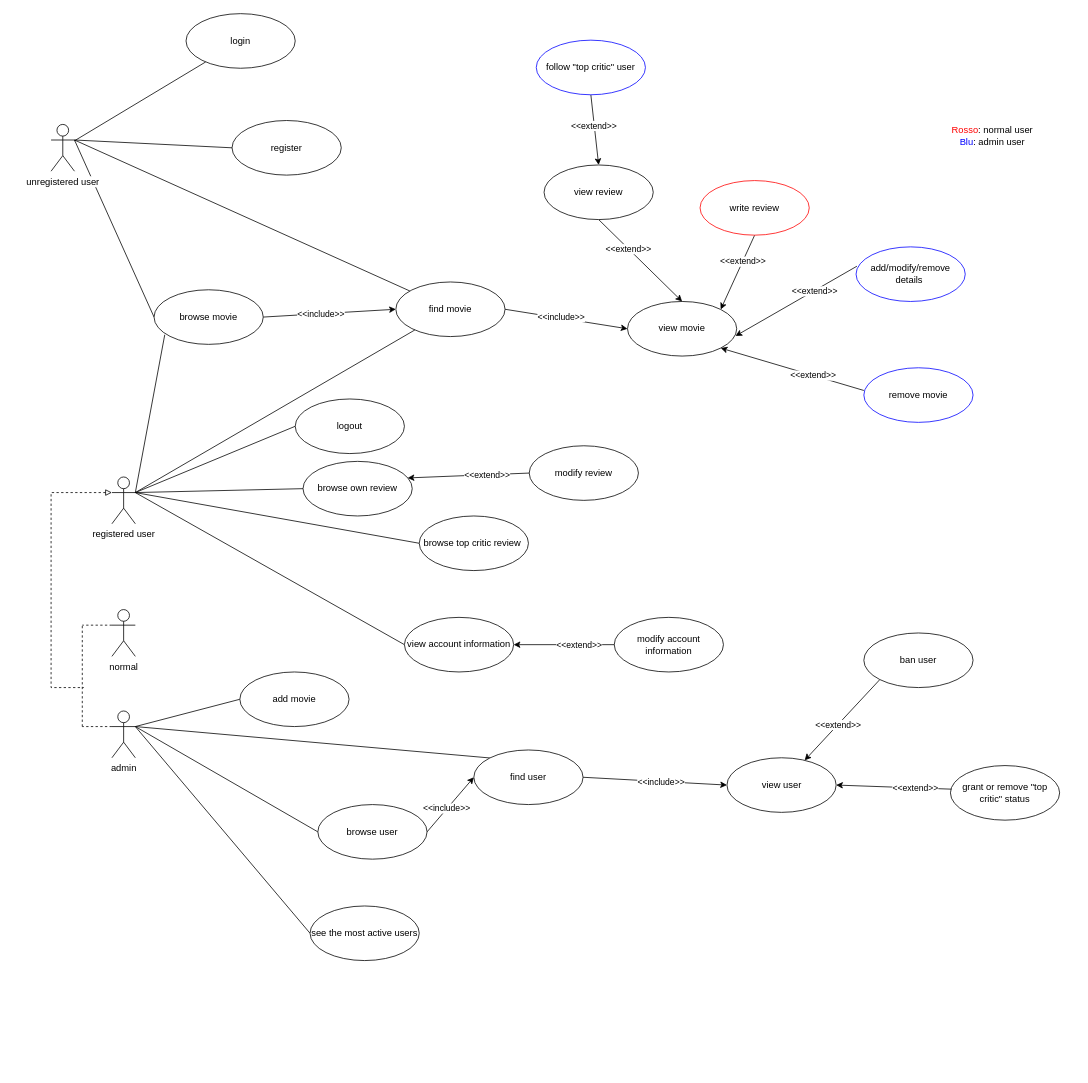
Before: UseCasesDiagram.drawio in glmquint/RottenMovies, a draw.io diagram. Source tidied: cells renumbered, new cells numbered last; positions are measured from the earlier drawing's top-left corner, leaving out a move shared by most shapes. Both pictures are drawn from the tidied source at 78%, with x=0, y=0 at pixel (51, 13).
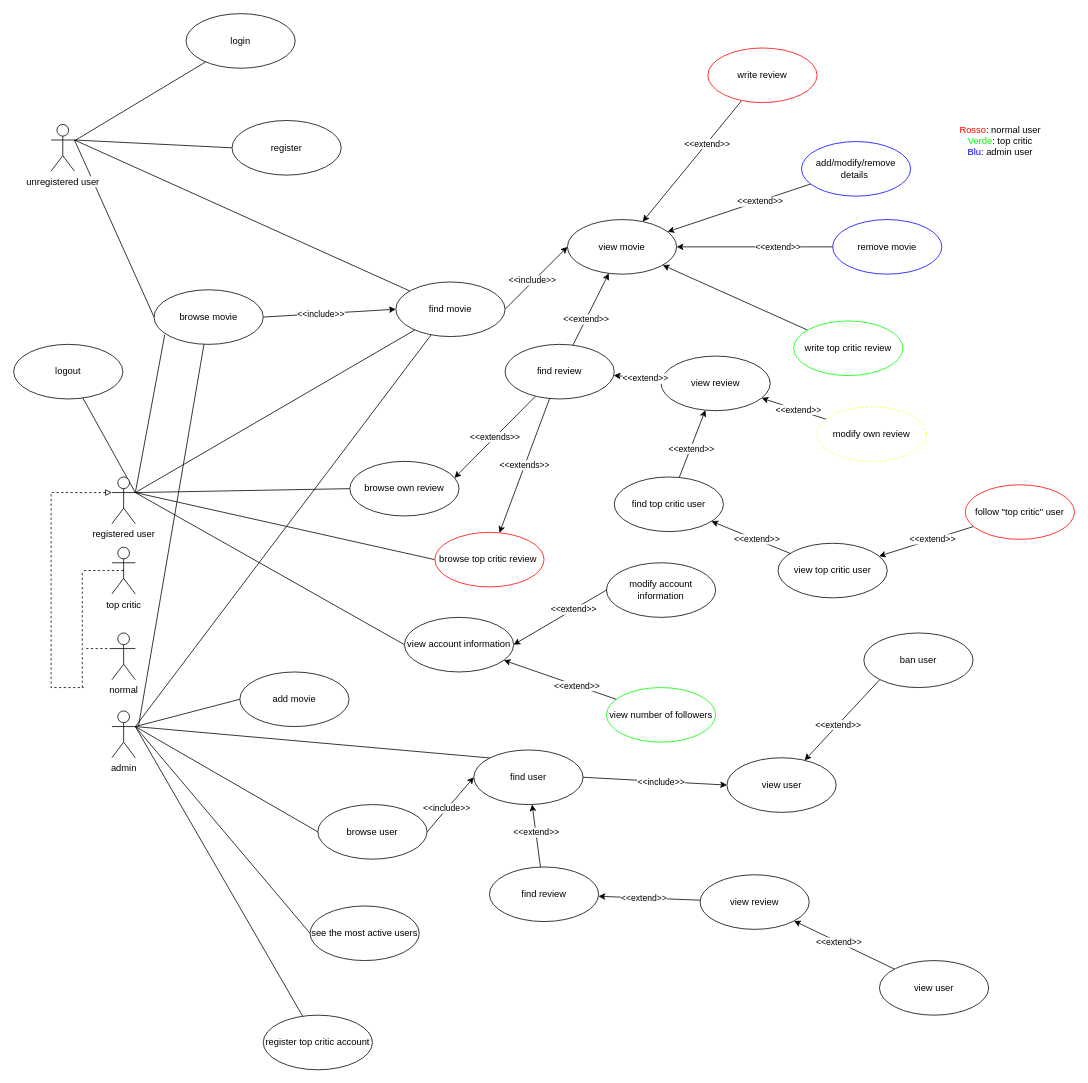
Above is the later version.

Commit message (it also covers changes not shown here):
modified use case diagram and requirement file

Unchanged cells that the change refers to:
```xml
<mxCell id="11" value="browse movie" style="ellipse;whiteSpace=wrap;html=1;fontStyle=0;" parent="1" vertex="1">
  <mxGeometry x="132" y="354" width="140" height="70" as="geometry" />
</mxCell>
<mxCell id="14" value="find movie" style="ellipse;whiteSpace=wrap;html=1;fontStyle=0;" parent="1" vertex="1">
  <mxGeometry x="442" y="344" width="140" height="70" as="geometry" />
</mxCell>
<mxCell id="27" value="registered user" style="shape=umlActor;verticalLabelPosition=bottom;labelBackgroundColor=#ffffff;verticalAlign=top;html=1;outlineConnect=0;" parent="1" vertex="1">
  <mxGeometry x="78" y="594" width="30" height="60" as="geometry" />
</mxCell>
<mxCell id="34" value="admin" style="shape=umlActor;verticalLabelPosition=bottom;labelBackgroundColor=#ffffff;verticalAlign=top;html=1;outlineConnect=0;" parent="1" vertex="1">
  <mxGeometry x="78" y="894" width="30" height="60" as="geometry" />
</mxCell>
<mxCell id="47" value="view account information" style="ellipse;whiteSpace=wrap;html=1;" parent="1" vertex="1">
  <mxGeometry x="453" y="774" width="140" height="70" as="geometry" />
</mxCell>
<mxCell id="58" value="find user" style="ellipse;whiteSpace=wrap;html=1;fontStyle=0;" parent="1" vertex="1">
  <mxGeometry x="542" y="944" width="140" height="70" as="geometry" />
</mxCell>
<mxCell id="59" value="view user" style="ellipse;whiteSpace=wrap;html=1;fontStyle=0;" parent="1" vertex="1">
  <mxGeometry x="866.5" y="954" width="140" height="70" as="geometry" />
</mxCell>
```

Diff of the diagram source:
```diff
@@
-    <mxCell id="15" style="edgeStyle=none;rounded=0;jettySize=auto;html=1;exitX=0.5;exitY=0;exitDx=0;exitDy=0;endArrow=none;endFill=0;entryX=0.5;entryY=1;entryDx=0;entryDy=0;startArrow=classic;startFill=1;" parent="1" edge="1" source="17" target="20">
+    <mxCell id="15" style="edgeStyle=none;rounded=0;jettySize=auto;html=1;endArrow=none;endFill=0;startArrow=classic;startFill=1;" parent="1" edge="1" source="17" target="88">
       <mxGeometry relative="1" as="geometry" />
     </mxCell>
@@
     <mxCell id="17" value="view movie" style="ellipse;whiteSpace=wrap;html=1;fontStyle=0;" parent="1" vertex="1">
-      <mxGeometry x="739" y="369" width="140" height="70" as="geometry" />
+      <mxGeometry x="662" y="264" width="140" height="70" as="geometry" />
     </mxCell>
-    <mxCell id="18" style="edgeStyle=none;rounded=0;jettySize=auto;html=1;exitX=0.5;exitY=0;exitDx=0;exitDy=0;entryX=0.5;entryY=1;entryDx=0;entryDy=0;startArrow=classic;startFill=1;endArrow=none;endFill=0;" parent="1" edge="1" source="20" target="51">
+    <mxCell id="18" style="edgeStyle=none;rounded=0;jettySize=auto;html=1;startArrow=classic;startFill=1;endArrow=none;endFill=0;" parent="1" edge="1" source="81" target="51">
       <mxGeometry relative="1" as="geometry" />
     </mxCell>
@@
     <mxCell id="20" value="view review" style="ellipse;whiteSpace=wrap;html=1;" parent="1" vertex="1">
-      <mxGeometry x="632" y="194" width="140" height="70" as="geometry" />
+      <mxGeometry x="782" y="439" width="140" height="70" as="geometry" />
     </mxCell>
@@
-    <mxCell id="22" style="edgeStyle=none;rounded=0;jettySize=auto;html=1;exitX=1;exitY=0.3333333333333333;exitDx=0;exitDy=0;exitPerimeter=0;entryX=0;entryY=0.5;entryDx=0;entryDy=0;startArrow=none;startFill=0;endArrow=none;endFill=0;" parent="1" edge="1" source="27" target="37">
+    <mxCell id="22" style="edgeStyle=none;rounded=0;jettySize=auto;html=1;exitX=1;exitY=0.3333333333333333;exitDx=0;exitDy=0;exitPerimeter=0;startArrow=none;startFill=0;endArrow=none;endFill=0;" parent="1" edge="1" source="27" target="37">
       <mxGeometry relative="1" as="geometry" />
     </mxCell>
@@
     <mxCell id="28" style="edgeStyle=none;rounded=0;jettySize=auto;html=1;exitX=0;exitY=0.3333333333333333;exitDx=0;exitDy=0;exitPerimeter=0;endArrow=none;endFill=0;dashed=1;" parent="1" edge="1" source="29">
       <mxGeometry relative="1" as="geometry">
-        <mxPoint x="40" y="784" as="targetPoint" />
+        <mxPoint x="42" y="814" as="targetPoint" />
       </mxGeometry>
     </mxCell>
     <mxCell id="29" value="normal" style="shape=umlActor;verticalLabelPosition=bottom;labelBackgroundColor=#ffffff;verticalAlign=top;html=1;outlineConnect=0;" parent="1" vertex="1">
-      <mxGeometry x="78" y="764" width="30" height="60" as="geometry" />
+      <mxGeometry x="78" y="794" width="30" height="60" as="geometry" />
     </mxCell>
-    <mxCell id="30" style="edgeStyle=none;rounded=0;jettySize=auto;html=1;exitX=0;exitY=0.3333333333333333;exitDx=0;exitDy=0;exitPerimeter=0;endArrow=none;endFill=0;dashed=1;" parent="1" edge="1" source="34">
-      <mxGeometry relative="1" as="geometry">
-        <mxPoint x="40" y="914" as="targetPoint" />
-      </mxGeometry>
-    </mxCell>
@@
     <mxCell id="35" style="endArrow=none;html=1;rounded=0;dashed=1;" parent="1" edge="1">
       <mxGeometry relative="1" as="geometry">
-        <mxPoint x="40" y="914" as="sourcePoint" />
-        <mxPoint x="40" y="784" as="targetPoint" />
+        <mxPoint x="40" y="864" as="sourcePoint" />
+        <mxPoint x="40" y="714" as="targetPoint" />
       </mxGeometry>
     </mxCell>
@@
     <mxCell id="37" value="logout" style="ellipse;whiteSpace=wrap;html=1;" parent="1" vertex="1">
-      <mxGeometry x="313" y="494" width="140" height="70" as="geometry" />
+      <mxGeometry x="-48" y="424" width="140" height="70" as="geometry" />
     </mxCell>
-    <mxCell id="38" style="edgeStyle=none;rounded=0;jettySize=auto;html=1;exitX=1;exitY=0;exitDx=0;exitDy=0;endArrow=none;endFill=0;entryX=0.5;entryY=1;entryDx=0;entryDy=0;startArrow=classic;startFill=1;" parent="1" edge="1" source="17" target="40">
+    <mxCell id="38" style="edgeStyle=none;rounded=0;jettySize=auto;html=1;endArrow=none;endFill=0;startArrow=classic;startFill=1;" parent="1" edge="1" source="17" target="40">
       <mxGeometry relative="1" as="geometry" />
     </mxCell>
@@
     <mxCell id="40" value="write review" style="ellipse;whiteSpace=wrap;html=1;strokeColor=#FF0000;" parent="1" vertex="1">
-      <mxGeometry x="832" y="214" width="140" height="70" as="geometry" />
+      <mxGeometry x="842" y="44" width="140" height="70" as="geometry" />
     </mxCell>
     <mxCell id="41" value="browse own review" style="ellipse;whiteSpace=wrap;html=1;" parent="1" vertex="1">
-      <mxGeometry x="323" y="574" width="140" height="70" as="geometry" />
+      <mxGeometry x="383" y="574" width="140" height="70" as="geometry" />
     </mxCell>
@@
-    <mxCell id="43" style="edgeStyle=none;rounded=0;jettySize=auto;html=1;endArrow=none;endFill=0;entryX=0;entryY=0.5;entryDx=0;entryDy=0;startArrow=classic;startFill=1;exitX=0.958;exitY=0.303;exitDx=0;exitDy=0;exitPerimeter=0;" parent="1" edge="1" source="41" target="45">
+    <mxCell id="43" value="&amp;lt;&amp;lt;extends&amp;gt;&amp;gt;" style="edgeStyle=none;rounded=0;jettySize=auto;html=1;endArrow=none;endFill=0;startArrow=classic;startFill=1;exitX=0.958;exitY=0.303;exitDx=0;exitDy=0;exitPerimeter=0;" parent="1" edge="1" source="41" target="88">
       <mxGeometry relative="1" as="geometry" />
     </mxCell>
-    <mxCell id="44" value="&amp;lt;&amp;lt;extend&amp;gt;&amp;gt;" style="edgeLabel;html=1;align=center;verticalAlign=middle;" parent="43" vertex="1">
-      <mxGeometry x="0.29" relative="1" as="geometry" />
-    </mxCell>
-    <mxCell id="45" value="modify review" style="ellipse;whiteSpace=wrap;html=1;strokeColor=#000000;" parent="1" vertex="1">
-      <mxGeometry x="613" y="554" width="140" height="70" as="geometry" />
+    <mxCell id="45" value="modify own review" style="ellipse;whiteSpace=wrap;html=1;dashed=1;strokeColor=#FFFF00;" parent="1" vertex="1">
+      <mxGeometry x="982" y="504" width="140" height="70" as="geometry" />
     </mxCell>
@@
     <mxCell id="48" value="modify account information" style="ellipse;whiteSpace=wrap;html=1;strokeColor=#000000;" parent="1" vertex="1">
-      <mxGeometry x="722" y="774" width="140" height="70" as="geometry" />
+      <mxGeometry x="712" y="704" width="140" height="70" as="geometry" />
     </mxCell>
@@
-    <mxCell id="51" value="follow &quot;top critic&quot; user" style="ellipse;whiteSpace=wrap;html=1;strokeColor=#0000FF;" parent="1" vertex="1">
-      <mxGeometry x="622" y="34" width="140" height="70" as="geometry" />
+    <mxCell id="51" value="follow &quot;top critic&quot; user" style="ellipse;whiteSpace=wrap;html=1;strokeColor=#FF0000;" parent="1" vertex="1">
+      <mxGeometry x="1172" y="604" width="140" height="70" as="geometry" />
     </mxCell>
-    <mxCell id="52" value="browse top critic review&amp;nbsp;" style="ellipse;whiteSpace=wrap;html=1;" parent="1" vertex="1">
-      <mxGeometry x="472" y="644" width="140" height="70" as="geometry" />
+    <mxCell id="52" value="browse top critic review&amp;nbsp;" style="ellipse;whiteSpace=wrap;html=1;strokeColor=#FF0000;" parent="1" vertex="1">
+      <mxGeometry x="492" y="665" width="140" height="70" as="geometry" />
     </mxCell>
@@
-    <mxCell id="63" value="grant or remove &quot;top critic&quot; status" style="ellipse;whiteSpace=wrap;html=1;fontStyle=0;" parent="1" vertex="1">
-      <mxGeometry x="1153" y="964" width="140" height="70" as="geometry" />
-    </mxCell>
-    <mxCell id="64" style="edgeStyle=none;rounded=0;jettySize=auto;html=1;exitX=0.009;exitY=0.432;exitDx=0;exitDy=0;startArrow=none;startFill=0;endArrow=classic;endFill=1;exitPerimeter=0;entryX=1;entryY=0.5;entryDx=0;entryDy=0;" parent="1" edge="1" source="63" target="59">
-      <mxGeometry relative="1" as="geometry" />
-    </mxCell>
-    <mxCell id="65" value="&amp;lt;&amp;lt;extend&amp;gt;&amp;gt;" style="edgeLabel;html=1;align=center;verticalAlign=middle;" parent="64" vertex="1">
-      <mxGeometry x="-0.37" relative="1" as="geometry" />
-    </mxCell>
     <mxCell id="66" value="add/modify/remove details&amp;nbsp;" style="ellipse;whiteSpace=wrap;html=1;fontStyle=0;strokeColor=#0000FF;" parent="1" vertex="1">
-      <mxGeometry x="1032" y="299" width="140" height="70" as="geometry" />
+      <mxGeometry x="962" y="164" width="140" height="70" as="geometry" />
     </mxCell>
-    <mxCell id="67" style="edgeStyle=none;rounded=0;jettySize=auto;html=1;exitX=0.989;exitY=0.632;exitDx=0;exitDy=0;endArrow=none;endFill=0;entryX=0.008;entryY=0.354;entryDx=0;entryDy=0;startArrow=classic;startFill=1;exitPerimeter=0;entryPerimeter=0;" parent="1" edge="1" source="17" target="66">
+    <mxCell id="67" style="edgeStyle=none;rounded=0;jettySize=auto;html=1;endArrow=none;endFill=0;startArrow=classic;startFill=1;" parent="1" edge="1" source="17" target="66">
       <mxGeometry relative="1" as="geometry" />
     </mxCell>
@@
     <mxCell id="69" value="remove movie" style="ellipse;whiteSpace=wrap;html=1;fontStyle=0;strokeColor=#0000FF;" parent="1" vertex="1">
-      <mxGeometry x="1042" y="454" width="140" height="70" as="geometry" />
+      <mxGeometry x="1002" y="264" width="140" height="70" as="geometry" />
     </mxCell>
-    <mxCell id="70" style="edgeStyle=none;rounded=0;jettySize=auto;html=1;exitX=1;exitY=1;exitDx=0;exitDy=0;endArrow=none;endFill=0;entryX=0;entryY=0.416;entryDx=0;entryDy=0;startArrow=classic;startFill=1;entryPerimeter=0;" parent="1" edge="1" source="17" target="69">
+    <mxCell id="70" style="edgeStyle=none;rounded=0;jettySize=auto;html=1;endArrow=none;endFill=0;startArrow=classic;startFill=1;" parent="1" edge="1" source="17" target="69">
       <mxGeometry relative="1" as="geometry" />
     </mxCell>
@@
-    <mxCell id="75" value="&lt;font color=&quot;#ff0000&quot;&gt;Rosso&lt;/font&gt;: normal user&lt;br&gt;&lt;font color=&quot;#0000ff&quot;&gt;Blu&lt;/font&gt;: admin user" style="text;html=1;strokeColor=none;fillColor=none;align=center;verticalAlign=middle;whiteSpace=wrap;rounded=0;" parent="1" vertex="1">
-      <mxGeometry x="1142" y="142" width="130" height="30" as="geometry" />
+    <mxCell id="75" value="&lt;font color=&quot;#ff0000&quot;&gt;Rosso&lt;/font&gt;: normal user&lt;br&gt;&lt;font color=&quot;#00ff00&quot;&gt;Verde&lt;/font&gt;: top critic&lt;br&gt;&lt;font color=&quot;#0000ff&quot;&gt;Blu&lt;/font&gt;: admin user" style="text;html=1;strokeColor=none;fillColor=none;align=center;verticalAlign=middle;whiteSpace=wrap;rounded=0;" parent="1" vertex="1">
+      <mxGeometry x="1142" y="142" width="150" height="42" as="geometry" />
     </mxCell>
+    <mxCell id="76" value="top critic" style="shape=umlActor;verticalLabelPosition=bottom;labelBackgroundColor=#ffffff;verticalAlign=top;html=1;outlineConnect=0;" parent="1" vertex="1">
+      <mxGeometry x="78" y="684" width="30" height="60" as="geometry" />
+    </mxCell>
+    <mxCell id="77" style="endArrow=none;html=1;rounded=0;dashed=1;exitX=0.5;exitY=0.5;exitDx=0;exitDy=0;exitPerimeter=0;" parent="1" edge="1" source="76">
+      <mxGeometry relative="1" as="geometry">
+        <mxPoint x="42" y="714" as="targetPoint" />
+      </mxGeometry>
+    </mxCell>
+    <mxCell id="78" style="rounded=0;jettySize=auto;html=1;fontColor=#00FF00;" parent="1" edge="1" source="79" target="17">
+      <mxGeometry relative="1" as="geometry" />
+    </mxCell>
+    <mxCell id="79" value="write top critic review" style="ellipse;whiteSpace=wrap;html=1;strokeColor=#00FF00;" parent="1" vertex="1">
+      <mxGeometry x="952" y="394" width="140" height="70" as="geometry" />
+    </mxCell>
+    <mxCell id="80" value="find top critic user" style="ellipse;whiteSpace=wrap;html=1;strokeColor=#000000;" parent="1" vertex="1">
+      <mxGeometry x="722" y="594" width="140" height="70" as="geometry" />
+    </mxCell>
+    <mxCell id="81" value="view top critic user" style="ellipse;whiteSpace=wrap;html=1;strokeColor=#000000;" parent="1" vertex="1">
+      <mxGeometry x="932" y="679" width="140" height="70" as="geometry" />
+    </mxCell>
+    <mxCell id="82" style="edgeStyle=none;rounded=0;jettySize=auto;html=1;startArrow=classic;startFill=1;endArrow=none;endFill=0;" parent="1" edge="1" source="80" target="81">
+      <mxGeometry relative="1" as="geometry" />
+    </mxCell>
+    <mxCell id="83" value="&amp;lt;&amp;lt;extend&amp;gt;&amp;gt;" style="edgeLabel;html=1;align=center;verticalAlign=middle;" parent="82" vertex="1">
+      <mxGeometry x="0.13" y="1" relative="1" as="geometry" />
+    </mxCell>
+    <mxCell id="84" style="edgeStyle=none;rounded=0;jettySize=auto;html=1;startArrow=classic;startFill=1;endArrow=none;endFill=0;" parent="1" edge="1" source="20" target="80">
+      <mxGeometry relative="1" as="geometry" />
+    </mxCell>
+    <mxCell id="85" value="&amp;lt;&amp;lt;extend&amp;gt;&amp;gt;" style="edgeLabel;html=1;align=center;verticalAlign=middle;" parent="84" vertex="1">
+      <mxGeometry x="0.13" y="1" relative="1" as="geometry" />
+    </mxCell>
+    <mxCell id="86" style="edgeStyle=none;rounded=0;jettySize=auto;html=1;startArrow=classic;startFill=1;endArrow=none;endFill=0;" parent="1" edge="1" source="20" target="45">
+      <mxGeometry relative="1" as="geometry" />
+    </mxCell>
+    <mxCell id="87" value="&amp;lt;&amp;lt;extend&amp;gt;&amp;gt;" style="edgeLabel;html=1;align=center;verticalAlign=middle;" parent="86" vertex="1">
+      <mxGeometry x="0.13" y="1" relative="1" as="geometry" />
+    </mxCell>
+    <mxCell id="88" value="find review" style="ellipse;whiteSpace=wrap;html=1;" parent="1" vertex="1">
+      <mxGeometry x="582" y="424" width="140" height="70" as="geometry" />
+    </mxCell>
+    <mxCell id="89" style="edgeStyle=none;rounded=0;jettySize=auto;html=1;endArrow=none;endFill=0;startArrow=classic;startFill=1;" parent="1" edge="1" source="88" target="20">
+      <mxGeometry relative="1" as="geometry" />
+    </mxCell>
+    <mxCell id="90" value="&amp;lt;&amp;lt;extend&amp;gt;&amp;gt;" style="edgeLabel;html=1;align=center;verticalAlign=middle;" parent="89" vertex="1">
+      <mxGeometry x="0.29" relative="1" as="geometry" />
+    </mxCell>
+    <mxCell id="91" value="&amp;lt;&amp;lt;extends&amp;gt;&amp;gt;" style="edgeStyle=none;rounded=0;jettySize=auto;html=1;endArrow=none;endFill=0;startArrow=classic;startFill=1;" parent="1" edge="1" source="52" target="88">
+      <mxGeometry relative="1" as="geometry" />
+    </mxCell>
+    <mxCell id="92" value="view number of followers" style="ellipse;whiteSpace=wrap;html=1;strokeColor=#00FF00;" parent="1" vertex="1">
+      <mxGeometry x="712" y="864" width="140" height="70" as="geometry" />
+    </mxCell>
+    <mxCell id="93" style="edgeStyle=none;rounded=0;jettySize=auto;html=1;endArrow=none;endFill=0;startArrow=classic;startFill=1;" parent="1" edge="1" source="47" target="92">
+      <mxGeometry relative="1" as="geometry" />
+    </mxCell>
+    <mxCell id="94" value="&amp;lt;&amp;lt;extend&amp;gt;&amp;gt;" style="edgeLabel;html=1;align=center;verticalAlign=middle;" parent="93" vertex="1">
+      <mxGeometry x="0.29" relative="1" as="geometry" />
+    </mxCell>
+    <mxCell id="95" style="edgeStyle=none;rounded=0;jettySize=auto;html=1;startArrow=none;startFill=0;endArrow=none;endFill=0;" parent="1" edge="1" target="11">
+      <mxGeometry relative="1" as="geometry">
+        <mxPoint x="112" y="914" as="sourcePoint" />
+      </mxGeometry>
+    </mxCell>
+    <mxCell id="96" style="edgeStyle=none;rounded=0;jettySize=auto;html=1;exitX=1;exitY=0.3333333333333333;exitDx=0;exitDy=0;exitPerimeter=0;startArrow=none;startFill=0;endArrow=none;endFill=0;" parent="1" edge="1" source="34" target="14">
+      <mxGeometry relative="1" as="geometry" />
+    </mxCell>
+    <mxCell id="97" value="find review" style="ellipse;whiteSpace=wrap;html=1;" parent="1" vertex="1">
+      <mxGeometry x="562" y="1094" width="140" height="70" as="geometry" />
+    </mxCell>
+    <mxCell id="98" value="view review" style="ellipse;whiteSpace=wrap;html=1;" parent="1" vertex="1">
+      <mxGeometry x="832" y="1104" width="140" height="70" as="geometry" />
+    </mxCell>
+    <mxCell id="99" style="edgeStyle=none;rounded=0;jettySize=auto;html=1;startArrow=none;startFill=0;endArrow=classic;endFill=1;" parent="1" edge="1" source="97" target="58">
+      <mxGeometry relative="1" as="geometry" />
+    </mxCell>
+    <mxCell id="100" value="&amp;lt;&amp;lt;extend&amp;gt;&amp;gt;" style="edgeLabel;html=1;align=center;verticalAlign=middle;" parent="99" vertex="1">
+      <mxGeometry x="0.12" relative="1" as="geometry" />
+    </mxCell>
+    <mxCell id="101" style="edgeStyle=none;rounded=0;jettySize=auto;html=1;startArrow=none;startFill=0;endArrow=classic;endFill=1;" parent="1" edge="1" source="98" target="97">
+      <mxGeometry relative="1" as="geometry" />
+    </mxCell>
+    <mxCell id="102" value="&amp;lt;&amp;lt;extend&amp;gt;&amp;gt;" style="edgeLabel;html=1;align=center;verticalAlign=middle;" parent="101" vertex="1">
+      <mxGeometry x="0.12" relative="1" as="geometry" />
+    </mxCell>
+    <mxCell id="103" value="view user" style="ellipse;whiteSpace=wrap;html=1;fontStyle=0;" parent="1" vertex="1">
+      <mxGeometry x="1062" y="1214" width="140" height="70" as="geometry" />
+    </mxCell>
+    <mxCell id="104" style="edgeStyle=none;rounded=0;jettySize=auto;html=1;startArrow=none;startFill=0;endArrow=classic;endFill=1;" parent="1" edge="1" source="103" target="98">
+      <mxGeometry relative="1" as="geometry" />
+    </mxCell>
+    <mxCell id="105" value="&amp;lt;&amp;lt;extend&amp;gt;&amp;gt;" style="edgeLabel;html=1;align=center;verticalAlign=middle;" parent="104" vertex="1">
+      <mxGeometry x="0.12" relative="1" as="geometry" />
+    </mxCell>
+    <mxCell id="106" value="register top critic account" style="ellipse;whiteSpace=wrap;html=1;fontStyle=0;" parent="1" vertex="1">
+      <mxGeometry x="272" y="1284" width="140" height="70" as="geometry" />
+    </mxCell>
+    <mxCell id="107" style="edgeStyle=none;rounded=0;jettySize=auto;html=1;entryX=1;entryY=0.3333333333333333;entryDx=0;entryDy=0;entryPerimeter=0;startArrow=none;startFill=0;endArrow=none;endFill=0;" parent="1" edge="1" source="106" target="34">
+      <mxGeometry relative="1" as="geometry" />
+    </mxCell>
```
